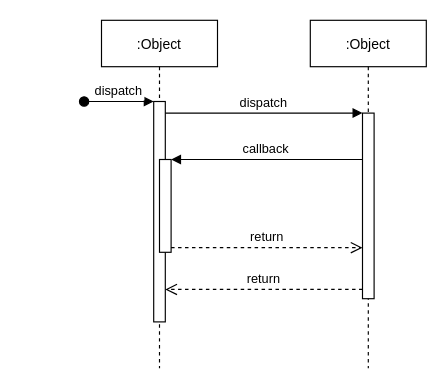
Before: 322/Untitled Diagram.drawio in benhonda/queens-w2022, a draw.io diagram. Source tidied: cells renumbered, new cells numbered last; positions are measured from the earlier drawing's top-left corner, leaving out a move shared by most shapes. Both pictures are drawn from the tidied source at 116%, with x=0, y=0 at pixel (84, 20).
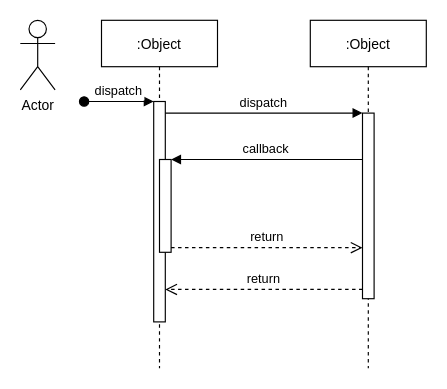
The same page after the edit.

Diff of the diagram source:
```diff
@@
 <mxGraphModel>
   <root>
     <mxCell id="0" />
     <mxCell id="1" parent="0" />
     <mxCell id="2" value=":Object" style="shape=umlLifeline;perimeter=lifelinePerimeter;rounded=0;shadow=0;strokeWidth=1;" parent="1" vertex="1">
       <mxGeometry x="15" width="100" height="300" as="geometry" />
     </mxCell>
     <mxCell id="3" style="points=[];perimeter=orthogonalPerimeter;rounded=0;shadow=0;strokeWidth=1;" parent="2" vertex="1">
       <mxGeometry x="45" y="70" width="10" height="190" as="geometry" />
     </mxCell>
     <mxCell id="4" value="dispatch" style="verticalAlign=bottom;startArrow=oval;endArrow=block;startSize=8;shadow=0;strokeWidth=1;" parent="2" edge="1" target="3">
       <mxGeometry relative="1" as="geometry">
         <mxPoint x="-15" y="70" as="sourcePoint" />
       </mxGeometry>
     </mxCell>
     <mxCell id="5" style="points=[];perimeter=orthogonalPerimeter;rounded=0;shadow=0;strokeWidth=1;" parent="2" vertex="1">
       <mxGeometry x="50" y="120" width="10" height="80" as="geometry" />
     </mxCell>
     <mxCell id="6" value=":Object" style="shape=umlLifeline;perimeter=lifelinePerimeter;rounded=0;shadow=0;strokeWidth=1;" parent="1" vertex="1">
       <mxGeometry x="195" width="100" height="300" as="geometry" />
     </mxCell>
     <mxCell id="7" style="points=[];perimeter=orthogonalPerimeter;rounded=0;shadow=0;strokeWidth=1;" parent="6" vertex="1">
       <mxGeometry x="45" y="80" width="10" height="160" as="geometry" />
     </mxCell>
     <mxCell id="8" value="return" style="verticalAlign=bottom;endArrow=open;dashed=1;endSize=8;exitX=0;exitY=0.95;shadow=0;strokeWidth=1;" parent="1" edge="1" source="7" target="3">
       <mxGeometry relative="1" as="geometry" />
     </mxCell>
     <mxCell id="9" value="dispatch" style="verticalAlign=bottom;endArrow=block;entryX=0;entryY=0;shadow=0;strokeWidth=1;" parent="1" edge="1" source="3" target="7">
       <mxGeometry relative="1" as="geometry" />
     </mxCell>
     <mxCell id="10" value="callback" style="verticalAlign=bottom;endArrow=block;entryX=1;entryY=0;shadow=0;strokeWidth=1;" parent="1" edge="1" source="7" target="5">
       <mxGeometry relative="1" as="geometry" />
     </mxCell>
     <mxCell id="11" value="return" style="verticalAlign=bottom;endArrow=open;dashed=1;endSize=8;exitX=1;exitY=0.95;shadow=0;strokeWidth=1;" parent="1" edge="1" source="5" target="7">
       <mxGeometry relative="1" as="geometry" />
     </mxCell>
+    <mxCell id="12" value="Actor" style="shape=umlActor;verticalLabelPosition=bottom;verticalAlign=top;html=1;" parent="1" vertex="1">
+      <mxGeometry x="-55" width="30" height="60" as="geometry" />
+    </mxCell>
   </root>
 </mxGraphModel>
```
